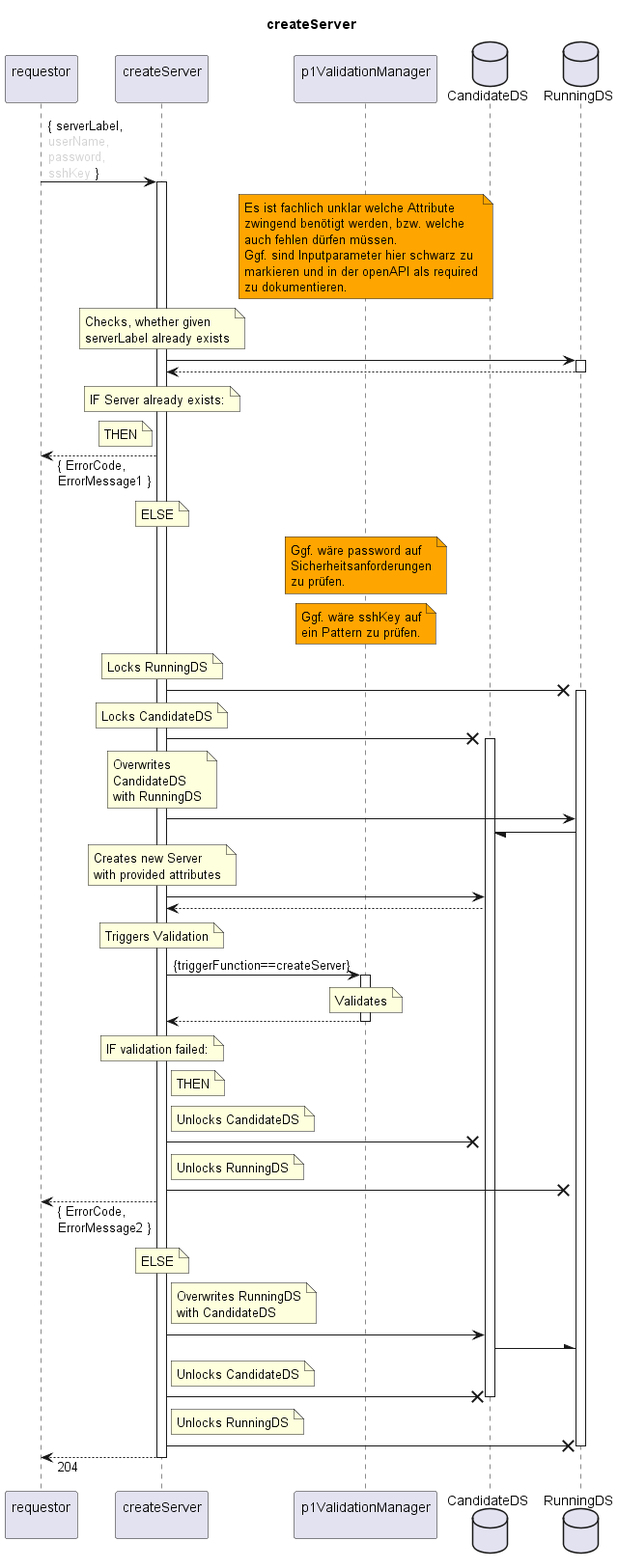
The PlantUML diagram spec/Services/createServer/1.0.0/createServer.png in openBackhaul/FirmWareManager, before a commit.
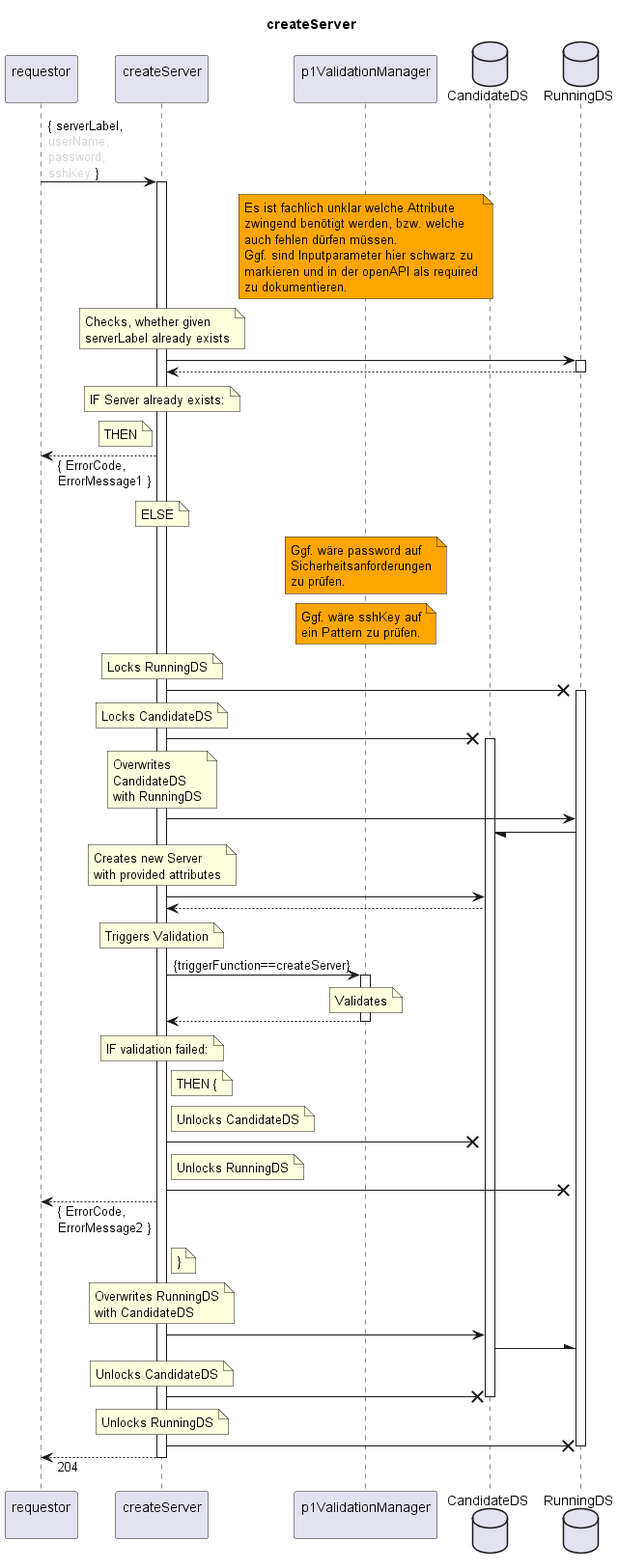
Later version of the same file.

Change to the diagram source:
```diff
@@ -92,7 +92,7 @@
     IF validation failed:
   end note
   note right indServ
-    THEN
+    THEN {
   end note
   note right indServ
     Unlocks CandidateDS
@@ -103,22 +103,22 @@
   end note
   indServ -X RunDS
   requestor <-- indServ: { ErrorCode,\nErrorMessage2 }
-  note over indServ
-    ELSE
+  note right indServ
+    }
   end note
 
-  note right indServ
+  note over indServ
     Overwrites RunningDS
     with CandidateDS
   end note
   indServ -> CanDS
   CanDS -\ RunDS
-  note right indServ
+  note over indServ
     Unlocks CandidateDS
   end note
   indServ -X CanDS
   deactivate CanDS
-  note right indServ
+  note over indServ
     Unlocks RunningDS
   end note
   indServ -X RunDS
```
